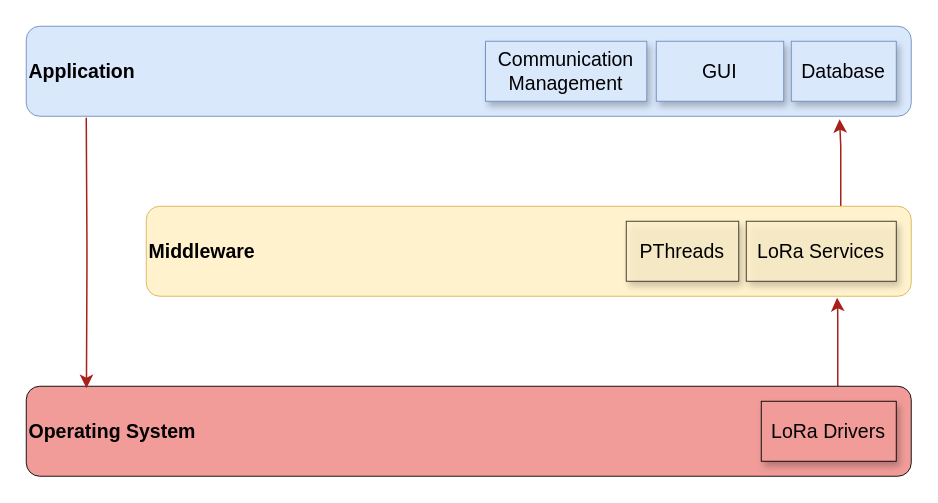
The draw.io diagram page "gateway_sw_arch" (6 of 6) of project/report/flowcharts/system_overview.drawio in ESRGgroup9/slipad, before the edit. Source tidied: cells renumbered, new cells numbered last; positions are measured from the earlier drawing's top-left corner, leaving out a move shared by most shapes. Both pictures are drawn from the tidied source at 150%, with x=0, y=0 at pixel (26, 26).
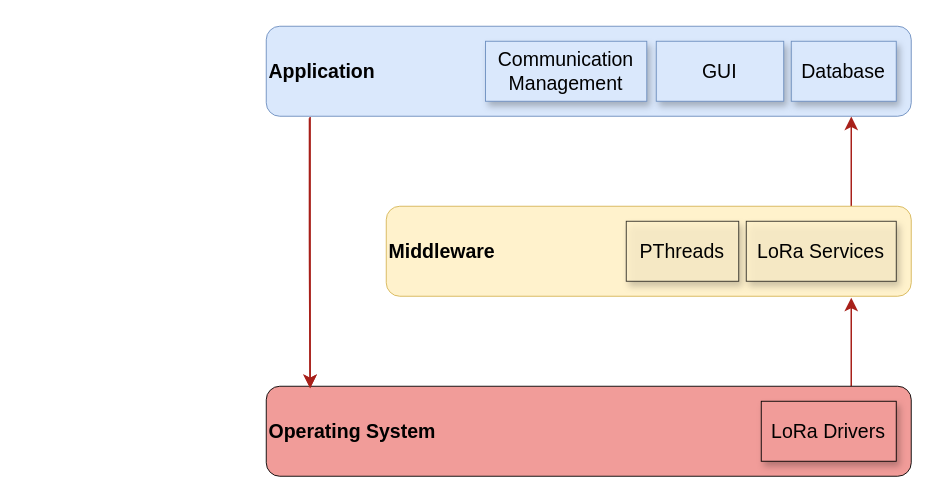
The same diagram, later.

Commit message:
review sys overview text

Diff of the diagram source:
```diff
@@
 <mxGraphModel>
   <root>
     <mxCell id="0" />
     <mxCell id="1" parent="0" />
-    <mxCell id="2" style="edgeStyle=orthogonalEdgeStyle;rounded=1;jettySize=auto;html=1;labelBackgroundColor=none;labelBorderColor=none;fontSize=13;fontColor=default;strokeColor=#A8201A;entryX=0.903;entryY=1.017;entryDx=0;entryDy=0;entryPerimeter=0;" parent="1" edge="1" source="3" target="5">
+    <mxCell id="2" style="edgeStyle=orthogonalEdgeStyle;rounded=1;jettySize=auto;html=1;labelBackgroundColor=none;labelBorderColor=none;fontSize=13;fontColor=default;strokeColor=#A8201A;" parent="1" edge="1" source="3">
       <mxGeometry relative="1" as="geometry">
+        <mxPoint x="550" y="181" as="targetPoint" />
         <Array as="points">
-          <mxPoint x="541" y="190" />
-          <mxPoint x="541" y="190" />
+          <mxPoint x="550" y="181" />
         </Array>
       </mxGeometry>
     </mxCell>
     <mxCell id="3" value="Operating System " style="rounded=1;whiteSpace=wrap;html=1;labelBackgroundColor=none;labelBorderColor=none;fontSize=13;fontColor=default;strokeColor=default;strokeWidth=0.6;fillColor=#F19C99;align=left;verticalAlign=middle;fontStyle=1;" parent="1" vertex="1">
-      <mxGeometry y="240" width="590" height="60" as="geometry" />
+      <mxGeometry x="160" y="240" width="430" height="60" as="geometry" />
     </mxCell>
-    <mxCell id="4" style="edgeStyle=orthogonalEdgeStyle;rounded=0;jettySize=auto;html=1;entryX=0.919;entryY=1.033;entryDx=0;entryDy=0;entryPerimeter=0;labelBorderColor=none;fontColor=default;strokeColor=#A8201A;labelBackgroundColor=default;" parent="1" edge="1" source="5" target="7">
+    <mxCell id="4" style="edgeStyle=orthogonalEdgeStyle;rounded=0;jettySize=auto;html=1;entryX=0.907;entryY=1.003;entryDx=0;entryDy=0;entryPerimeter=0;labelBorderColor=none;fontColor=default;strokeColor=#A8201A;labelBackgroundColor=default;" parent="1" edge="1" source="5" target="7">
       <mxGeometry relative="1" as="geometry">
         <Array as="points">
-          <mxPoint x="543" y="80" />
-          <mxPoint x="543" y="80" />
+          <mxPoint x="550" y="60" />
+          <mxPoint x="550" y="60" />
         </Array>
       </mxGeometry>
     </mxCell>
     <mxCell id="5" value="Middleware" style="rounded=1;whiteSpace=wrap;html=1;labelBackgroundColor=none;labelBorderColor=none;fontSize=13;strokeColor=#d6b656;strokeWidth=0.6;fillColor=#fff2cc;align=left;verticalAlign=middle;fontStyle=1;fontColor=default;" parent="1" vertex="1">
-      <mxGeometry x="80" y="120" width="510" height="60" as="geometry" />
+      <mxGeometry x="240" y="120" width="350" height="60" as="geometry" />
     </mxCell>
-    <mxCell id="6" style="edgeStyle=orthogonalEdgeStyle;rounded=1;jettySize=auto;html=1;labelBackgroundColor=none;labelBorderColor=none;fontSize=13;fontColor=default;strokeColor=#A8201A;entryX=0.068;entryY=0.021;entryDx=0;entryDy=0;entryPerimeter=0;" parent="1" edge="1" target="3">
-      <mxGeometry relative="1" as="geometry">
-        <mxPoint x="40" y="61" as="sourcePoint" />
-      </mxGeometry>
+    <mxCell id="6" style="edgeStyle=orthogonalEdgeStyle;rounded=1;jettySize=auto;html=1;labelBackgroundColor=none;labelBorderColor=none;fontSize=13;fontColor=default;strokeColor=#A8201A;entryX=0.068;entryY=0.021;entryDx=0;entryDy=0;entryPerimeter=0;exitX=0.067;exitY=1.022;exitDx=0;exitDy=0;exitPerimeter=0;" parent="1" edge="1" source="7" target="3">
+      <mxGeometry relative="1" as="geometry" />
     </mxCell>
     <mxCell id="7" value="Application" style="rounded=1;whiteSpace=wrap;html=1;labelBackgroundColor=none;labelBorderColor=none;fontSize=13;strokeColor=#6c8ebf;strokeWidth=0.6;fillColor=#dae8fc;align=left;verticalAlign=middle;fontStyle=1;fontColor=default;glass=0;sketch=0;" parent="1" vertex="1">
-      <mxGeometry width="590" height="60" as="geometry" />
+      <mxGeometry x="160" width="430" height="60" as="geometry" />
     </mxCell>
     <mxCell id="8" value="LoRa Drivers" style="rounded=0;whiteSpace=wrap;html=1;labelBackgroundColor=none;labelBorderColor=none;fontSize=13;fontColor=default;strokeColor=default;strokeWidth=0.6;fillColor=#F19C99;align=center;verticalAlign=middle;shadow=1;" parent="1" vertex="1">
       <mxGeometry x="490" y="250" width="90" height="40" as="geometry" />
     </mxCell>
     <mxCell id="9" value="LoRa Services" style="rounded=0;whiteSpace=wrap;html=1;labelBackgroundColor=none;labelBorderColor=none;fontSize=13;strokeColor=#000000;strokeWidth=0.6;fillColor=#fff2cc;align=center;verticalAlign=middle;fontColor=default;opacity=80;shadow=1;" parent="1" vertex="1">
       <mxGeometry x="480" y="130" width="100" height="40" as="geometry" />
     </mxCell>
     <mxCell id="10" value="Database" style="rounded=0;whiteSpace=wrap;html=1;labelBackgroundColor=none;labelBorderColor=none;fontSize=13;strokeColor=#6c8ebf;strokeWidth=0.6;fillColor=#dae8fc;align=center;verticalAlign=middle;shadow=1;fontColor=default;glass=0;sketch=0;" parent="1" vertex="1">
       <mxGeometry x="510" y="10" width="70" height="40" as="geometry" />
     </mxCell>
     <mxCell id="11" value="GUI" style="rounded=0;whiteSpace=wrap;html=1;labelBackgroundColor=none;labelBorderColor=none;fontSize=13;strokeColor=#6c8ebf;strokeWidth=0.6;fillColor=#dae8fc;align=center;verticalAlign=middle;shadow=1;fontColor=default;glass=0;sketch=0;" parent="1" vertex="1">
       <mxGeometry x="420" y="10" width="85" height="40" as="geometry" />
     </mxCell>
     <mxCell id="12" value="Communication Management" style="rounded=0;whiteSpace=wrap;html=1;labelBackgroundColor=none;labelBorderColor=none;fontSize=13;strokeColor=#6c8ebf;strokeWidth=0.6;fillColor=#dae8fc;align=center;verticalAlign=middle;shadow=1;fontColor=default;glass=0;sketch=0;" parent="1" vertex="1">
       <mxGeometry x="306.2" y="10" width="107.5" height="40" as="geometry" />
     </mxCell>
     <mxCell id="13" value="&lt;div&gt;PThreads&lt;/div&gt;" style="rounded=0;whiteSpace=wrap;html=1;labelBackgroundColor=none;labelBorderColor=none;fontSize=13;strokeColor=#000000;strokeWidth=0.6;fillColor=#fff2cc;align=center;verticalAlign=middle;fontColor=default;opacity=80;shadow=1;" parent="1" vertex="1">
       <mxGeometry x="400" y="130" width="75" height="40" as="geometry" />
     </mxCell>
+    <mxCell id="14" style="edgeStyle=orthogonalEdgeStyle;rounded=1;jettySize=auto;html=1;labelBackgroundColor=none;labelBorderColor=none;fontSize=13;fontColor=default;strokeColor=#A8201A;entryX=0.068;entryY=0.021;entryDx=0;entryDy=0;entryPerimeter=0;exitX=0.068;exitY=1.007;exitDx=0;exitDy=0;exitPerimeter=0;" parent="1" edge="1" source="7" target="3">
+      <mxGeometry relative="1" as="geometry" />
+    </mxCell>
   </root>
 </mxGraphModel>
```
